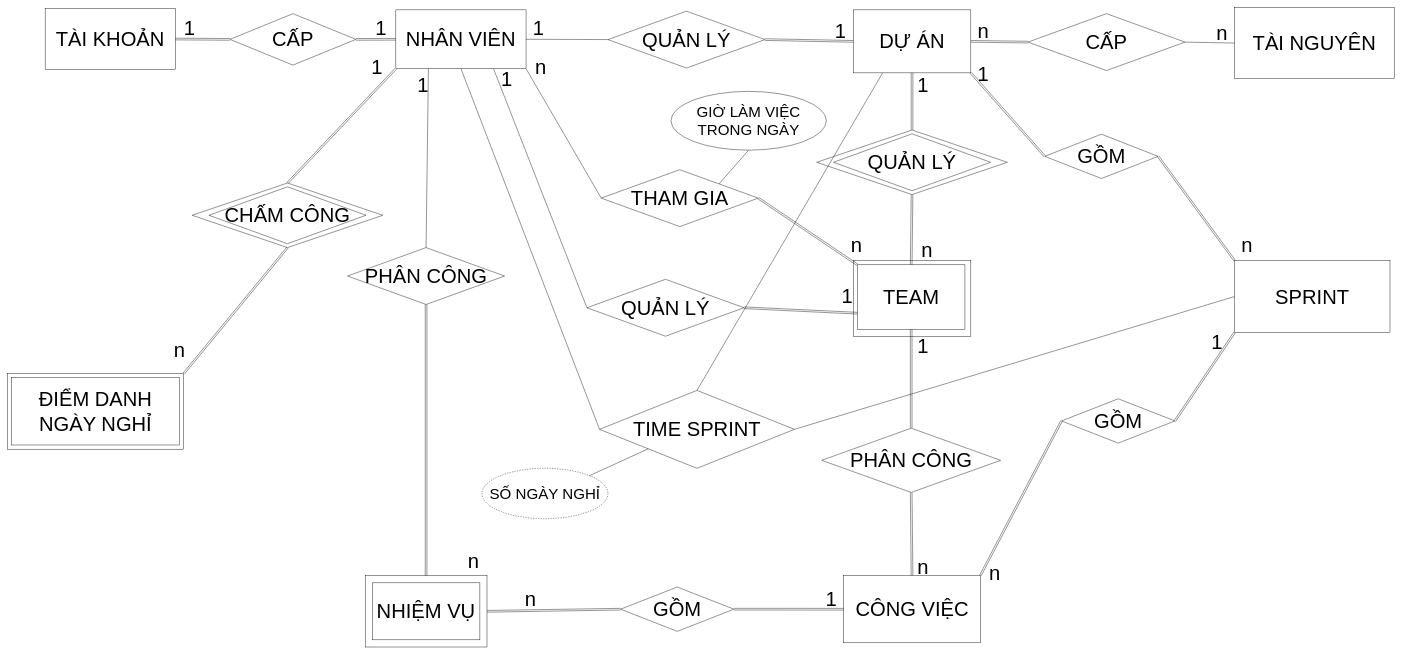
Before: page "Mối Kết Hợp" (1 of 2) of Relation_ERD.drawio in Narius2030/Project-Management-App, a draw.io diagram. Source tidied: cells renumbered, new cells numbered last; positions are measured from the earlier drawing's top-left corner, leaving out a move shared by most shapes. Both pictures are drawn from the tidied source at 42%, with x=0, y=0 at pixel (7, 7).
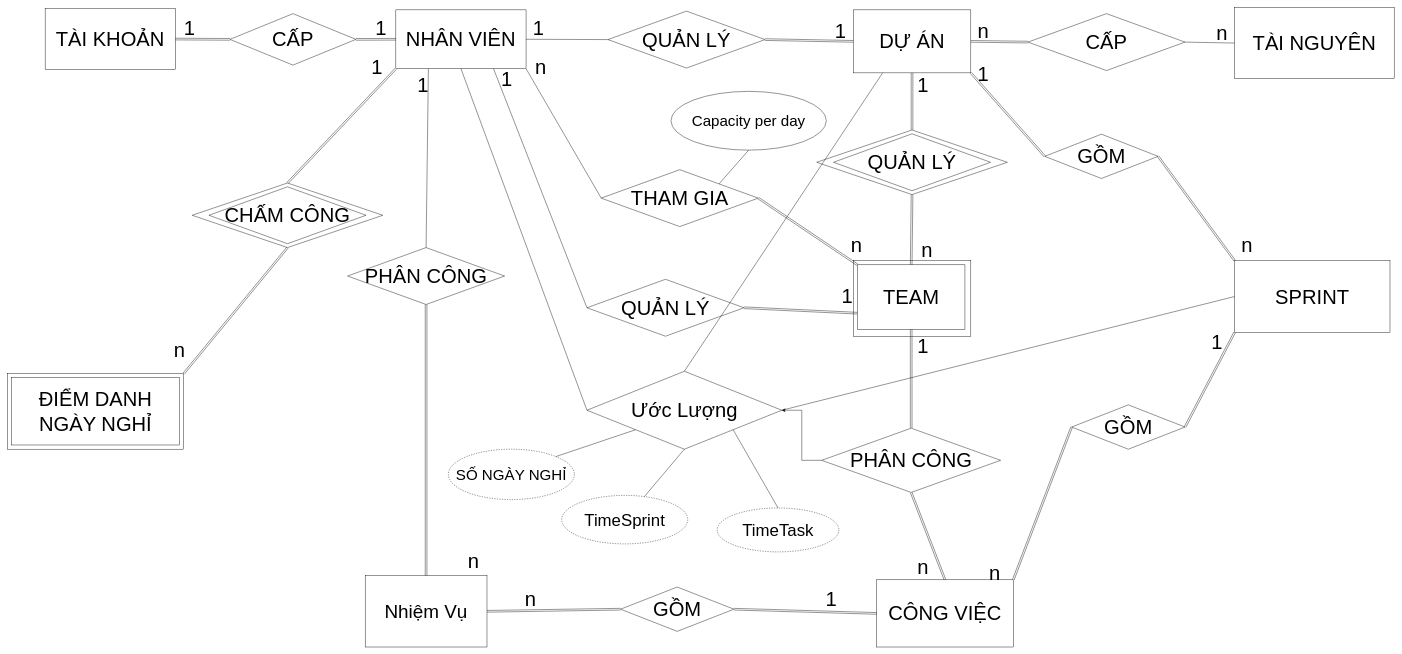
After the change.

The change refers to these unchanged cells:
```xml
<mxCell id="45" value="&lt;span style=&quot;font-size: 48px;&quot;&gt;PHÂN CÔNG&lt;/span&gt;" style="rhombus;whiteSpace=wrap;html=1;" parent="1" vertex="1">
  <mxGeometry x="1939" y="1002" width="426" height="153" as="geometry" />
</mxCell>
```

Change to the diagram source:
```diff
@@
-    <mxCell id="4" style="group;" parent="1" vertex="1">
+    <mxCell id="4" style="group;fontSize=35;fontStyle=0;" parent="1" vertex="1">
       <mxGeometry x="852" y="1353" width="290" height="170" as="geometry" />
     </mxCell>
-    <mxCell id="5" style="rounded=0;whiteSpace=wrap;html=1;" parent="4" vertex="1">
+    <mxCell id="5" value="&lt;font style=&quot;font-size: 45px;&quot;&gt;Nhiệm Vụ&lt;/font&gt;" style="rounded=0;whiteSpace=wrap;html=1;" parent="4" vertex="1">
       <mxGeometry width="290" height="170" as="geometry" />
     </mxCell>
-    <mxCell id="6" value="&lt;font style=&quot;font-size: 48px;&quot;&gt;NHIỆM VỤ&lt;/font&gt;" style="rounded=0;whiteSpace=wrap;html=1;" parent="4" vertex="1">
-      <mxGeometry x="16.9" y="17.2" width="256.2" height="135.7" as="geometry" />
-    </mxCell>
@@
     <mxCell id="10" value="&lt;span style=&quot;font-size: 48px;&quot;&gt;CÔNG VIỆC&lt;/span&gt;" style="rounded=0;whiteSpace=wrap;html=1;" parent="1" vertex="1">
-      <mxGeometry x="1991.5" y="1353" width="325" height="160" as="geometry" />
+      <mxGeometry x="2070" y="1363" width="325" height="160" as="geometry" />
     </mxCell>
@@
+    <mxCell id="88" style="edgeStyle=orthogonalEdgeStyle;rounded=0;jettySize=auto;html=1;fontSize=40;" parent="1" edge="1" source="45" target="82">
+      <mxGeometry relative="1" as="geometry" />
+    </mxCell>
@@
     <mxCell id="50" value="&lt;span style=&quot;font-size: 48px;&quot;&gt;GỒM&lt;/span&gt;" style="rhombus;whiteSpace=wrap;html=1;" parent="1" vertex="1">
-      <mxGeometry x="2510" y="932" width="270" height="105.5" as="geometry" />
+      <mxGeometry x="2534" y="946.5" width="270" height="105.5" as="geometry" />
     </mxCell>
@@
-    <mxCell id="80" value="&lt;font style=&quot;font-size: 36px;&quot;&gt;GIỜ LÀM VIỆC TRONG NGÀY&lt;/font&gt;" style="ellipse;whiteSpace=wrap;html=1;" parent="1" vertex="1">
+    <mxCell id="80" value="&lt;span style=&quot;font-size: 36px;&quot;&gt;Capacity per day&lt;/span&gt;" style="ellipse;whiteSpace=wrap;html=1;" parent="1" vertex="1">
       <mxGeometry x="1580" y="200" width="370" height="140" as="geometry" />
     </mxCell>
@@
-    <mxCell id="82" value="&lt;span style=&quot;font-size: 48px;&quot;&gt;TIME SPRINT&lt;/span&gt;" style="rhombus;whiteSpace=wrap;html=1;" parent="1" vertex="1">
-      <mxGeometry x="1410" y="912" width="464" height="185.5" as="geometry" />
+    <mxCell id="82" value="&lt;span style=&quot;font-size: 48px;&quot;&gt;Ước Lượng&lt;/span&gt;" style="rhombus;whiteSpace=wrap;html=1;" parent="1" vertex="1">
+      <mxGeometry x="1380" y="866.5" width="464" height="185.5" as="geometry" />
     </mxCell>
@@
     <mxCell id="86" value="&lt;font style=&quot;font-size: 36px;&quot;&gt;SỐ NGÀY NGHỈ&lt;/font&gt;" style="ellipse;whiteSpace=wrap;html=1;align=center;dashed=1;" parent="1" vertex="1">
-      <mxGeometry x="1130" y="1097.5" width="300" height="120" as="geometry" />
+      <mxGeometry x="1050" y="1052" width="300" height="120" as="geometry" />
     </mxCell>
@@
+    <mxCell id="89" value="TimeSprint" style="ellipse;whiteSpace=wrap;html=1;fontSize=40;dashed=1;" parent="1" vertex="1">
+      <mxGeometry x="1320" y="1162" width="300" height="115.5" as="geometry" />
+    </mxCell>
+    <mxCell id="90" style="endArrow=none;html=1;rounded=0;fontSize=20;entryX=0.5;entryY=1;entryDx=0;entryDy=0;" parent="1" edge="1" source="89" target="82">
+      <mxGeometry relative="1" as="geometry" />
+    </mxCell>
+    <mxCell id="91" value="TimeTask" style="ellipse;whiteSpace=wrap;html=1;dashed=1;fontSize=40;" parent="1" vertex="1">
+      <mxGeometry x="1690" y="1192" width="290" height="104.5" as="geometry" />
+    </mxCell>
+    <mxCell id="92" style="endArrow=none;html=1;rounded=0;fontSize=40;exitX=0.5;exitY=0;exitDx=0;exitDy=0;entryX=1;entryY=1;entryDx=0;entryDy=0;" parent="1" edge="1" source="91" target="82">
+      <mxGeometry relative="1" as="geometry" />
+    </mxCell>
```
